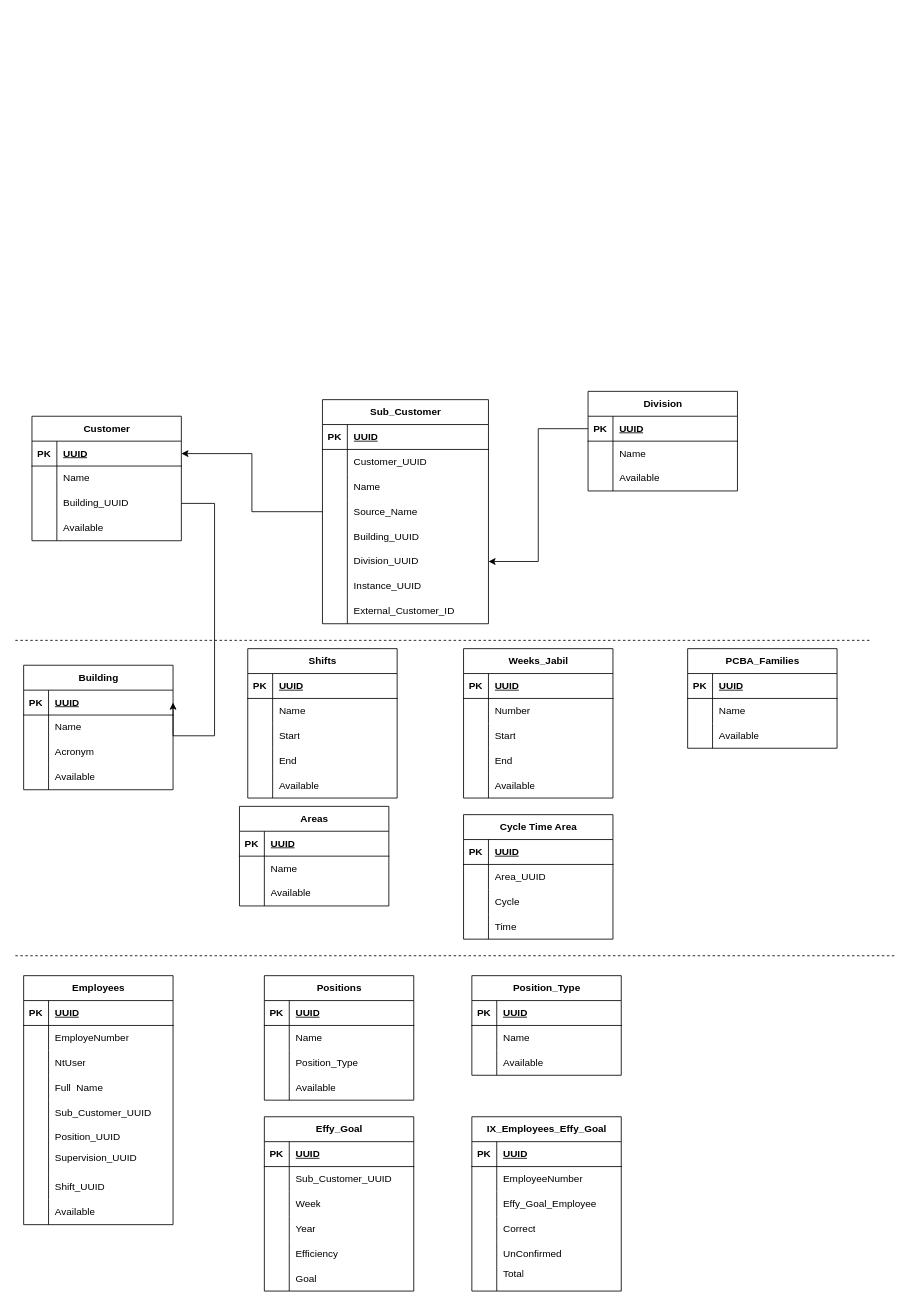
The draw.io diagram page "Modelos" (1 of 6) of Untitled Diagram.drawio in byok22/backend, before the edit. Source tidied: cells renumbered, new cells numbered last; positions are measured from the earlier drawing's top-left corner, leaving out a move shared by most shapes. Both pictures are drawn from the tidied source at 83%, with x=0, y=0 at pixel (15, 391).
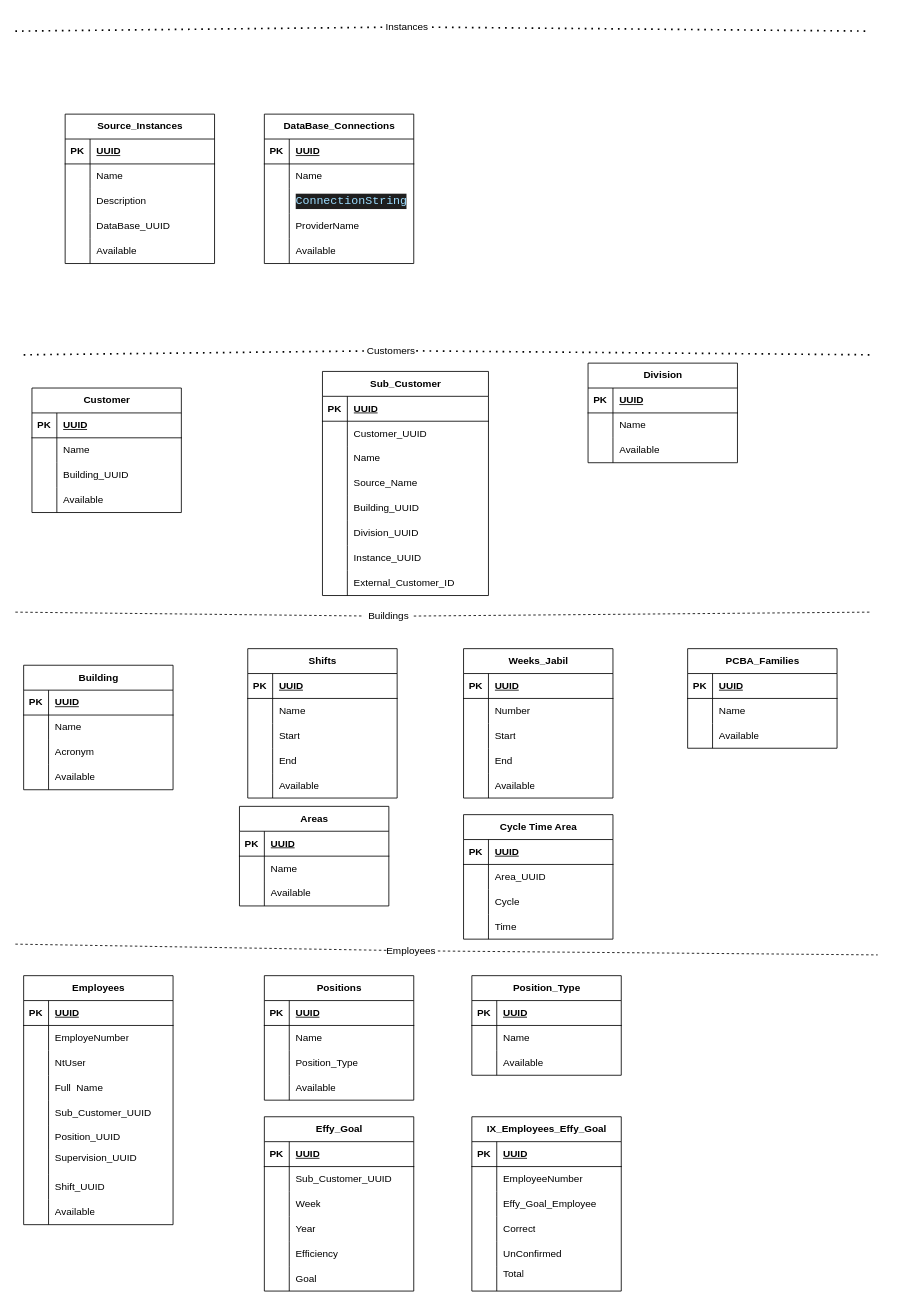
The same page after the edit.

Unchanged cells that the change refers to:
```xml
<mxCell id="4" style="shape=tableRow;horizontal=0;startSize=0;swimlaneHead=0;swimlaneBody=0;fillColor=none;points=[[0,0.5],[1,0.5]];portConstraint=eastwest;top=0;left=0;right=0;bottom=1;" parent="3" vertex="1">
  <mxGeometry y="30" width="180" height="30" as="geometry" />
</mxCell>
<mxCell id="10" style="shape=tableRow;horizontal=0;startSize=0;swimlaneHead=0;swimlaneBody=0;fillColor=none;points=[[0,0.5],[1,0.5]];portConstraint=eastwest;top=0;left=0;right=0;bottom=0;" parent="3" vertex="1">
  <mxGeometry y="90" width="180" height="30" as="geometry" />
</mxCell>
<mxCell id="33" style="shape=tableRow;horizontal=0;startSize=0;swimlaneHead=0;swimlaneBody=0;fillColor=none;points=[[0,0.5],[1,0.5]];portConstraint=eastwest;top=0;left=0;right=0;bottom=0;" parent="17" vertex="1">
  <mxGeometry y="180" width="200" height="30" as="geometry" />
</mxCell>
<mxCell id="43" style="shape=tableRow;horizontal=0;startSize=0;swimlaneHead=0;swimlaneBody=0;fillColor=none;points=[[0,0.5],[1,0.5]];portConstraint=eastwest;top=0;left=0;right=0;bottom=1;" parent="42" vertex="1">
  <mxGeometry y="30" width="180" height="30" as="geometry" />
</mxCell>
<mxCell id="73" style="shape=tableRow;horizontal=0;startSize=0;swimlaneHead=0;swimlaneBody=0;fillColor=none;points=[[0,0.5],[1,0.5]];portConstraint=eastwest;top=0;left=0;right=0;bottom=1;" parent="72" vertex="1">
  <mxGeometry y="30" width="180" height="30" as="geometry" />
</mxCell>
```

Change to the diagram source:
```diff
@@
-    <mxCell id="2" style="edgeStyle=orthogonalEdgeStyle;rounded=0;jettySize=auto;html=1;entryX=1;entryY=0.5;entryDx=0;entryDy=0;" parent="1" edge="1" source="10" target="43">
-      <mxGeometry relative="1" as="geometry">
-        <Array as="points">
-          <mxPoint x="240" y="135" />
-          <mxPoint x="240" y="415" />
-        </Array>
-      </mxGeometry>
-    </mxCell>
     <mxCell id="3" value="Customer" style="shape=table;startSize=30;childLayout=tableLayout;rowLines=0;fontStyle=1;align=center;html=1;" parent="1" vertex="1">
-      <mxGeometry x="20" y="30" width="180" height="150" as="geometry" />
+      <mxGeometry x="20" y="-4" width="180" height="150" as="geometry" />
     </mxCell>
@@
-    <mxCell id="16" style="edgeStyle=orthogonalEdgeStyle;rounded=0;jettySize=auto;html=1;" parent="1" edge="1" source="17" target="4">
-      <mxGeometry relative="1" as="geometry" />
-    </mxCell>
     <mxCell id="17" value="Sub_Customer" style="shape=table;startSize=30;childLayout=tableLayout;rowLines=0;fontStyle=1;align=center;html=1;" parent="1" vertex="1">
-      <mxGeometry x="370" y="10" width="200" height="270" as="geometry" />
+      <mxGeometry x="370" y="-24" width="200" height="270" as="geometry" />
     </mxCell>
@@
-    <mxCell id="71" style="edgeStyle=orthogonalEdgeStyle;rounded=0;jettySize=auto;html=1;entryX=1;entryY=0.5;entryDx=0;entryDy=0;exitX=0;exitY=0.5;exitDx=0;exitDy=0;" parent="1" edge="1" source="73" target="33">
-      <mxGeometry relative="1" as="geometry" />
-    </mxCell>
     <mxCell id="72" value="&lt;div&gt;Division&lt;/div&gt;" style="shape=table;startSize=30;childLayout=tableLayout;rowLines=0;fontStyle=1;align=center;html=1;" parent="1" vertex="1">
-      <mxGeometry x="690" width="180" height="120" as="geometry" />
+      <mxGeometry x="690" y="-34" width="180" height="120" as="geometry" />
     </mxCell>
@@
     <mxCell id="149" style="html=1;labelBackgroundColor=#ffffff;endArrow=none;endFill=0;jettySize=auto;orthogonalLoop=1;strokeWidth=1;dashed=1;fontSize=14;rounded=0;" parent="1" edge="1">
       <mxGeometry relative="1" as="geometry">
-        <mxPoint y="680" as="sourcePoint" />
-        <mxPoint x="1060" y="680" as="targetPoint" />
+        <mxPoint x="509" y="674.3" as="sourcePoint" />
+        <mxPoint x="1039" y="679" as="targetPoint" />
       </mxGeometry>
     </mxCell>
-    <mxCell id="150" style="html=1;labelBackgroundColor=#ffffff;endArrow=none;endFill=0;jettySize=auto;orthogonalLoop=1;strokeWidth=1;dashed=1;fontSize=14;rounded=0;" parent="1" edge="1">
+    <mxCell id="150" style="html=1;labelBackgroundColor=#ffffff;endArrow=none;endFill=0;jettySize=auto;strokeWidth=1;dashed=1;fontSize=14;rounded=0;" parent="1" edge="1" source="223">
       <mxGeometry relative="1" as="geometry">
-        <mxPoint y="300" as="sourcePoint" />
-        <mxPoint x="1030" y="300" as="targetPoint" />
+        <mxPoint x="1030" y="266" as="targetPoint" />
       </mxGeometry>
     </mxCell>
@@
+    <mxCell id="222" style="html=1;labelBackgroundColor=#ffffff;endArrow=none;endFill=0;jettySize=auto;strokeWidth=1;dashed=1;fontSize=14;rounded=0;" parent="1" edge="1" target="223">
+      <mxGeometry relative="1" as="geometry">
+        <mxPoint y="266" as="sourcePoint" />
+      </mxGeometry>
+    </mxCell>
+    <mxCell id="223" value="Buildings" style="text;html=1;align=center;verticalAlign=middle;whiteSpace=wrap;rounded=0;" parent="1" vertex="1">
+      <mxGeometry x="420" y="256" width="60" height="30" as="geometry" />
+    </mxCell>
+    <mxCell id="224" style="html=1;labelBackgroundColor=#ffffff;endArrow=none;endFill=0;jettySize=auto;strokeWidth=1;dashed=1;fontSize=14;rounded=0;" parent="1" edge="1" target="225">
+      <mxGeometry relative="1" as="geometry">
+        <mxPoint y="666" as="sourcePoint" />
+      </mxGeometry>
+    </mxCell>
+    <mxCell id="225" value="Employees" style="text;html=1;align=center;verticalAlign=middle;whiteSpace=wrap;rounded=0;" parent="1" vertex="1">
+      <mxGeometry x="447" y="659" width="60" height="30" as="geometry" />
+    </mxCell>
+    <mxCell id="226" style="endArrow=none;dashed=1;html=1;dashPattern=1 3;strokeWidth=2;rounded=0;" parent="1" edge="1" source="228">
+      <mxGeometry relative="1" as="geometry">
+        <mxPoint x="1030" y="-44" as="targetPoint" />
+      </mxGeometry>
+    </mxCell>
+    <mxCell id="227" style="endArrow=none;dashed=1;html=1;dashPattern=1 3;strokeWidth=2;rounded=0;" parent="1" edge="1" target="228">
+      <mxGeometry relative="1" as="geometry">
+        <mxPoint x="10" y="-44" as="sourcePoint" />
+      </mxGeometry>
+    </mxCell>
+    <mxCell id="228" value="Customers" style="text;html=1;align=center;verticalAlign=middle;whiteSpace=wrap;rounded=0;" parent="1" vertex="1">
+      <mxGeometry x="423" y="-64" width="60" height="30" as="geometry" />
+    </mxCell>
+    <mxCell id="229" style="endArrow=none;dashed=1;html=1;dashPattern=1 3;strokeWidth=2;rounded=0;" parent="1" edge="1" source="231">
+      <mxGeometry relative="1" as="geometry">
+        <mxPoint x="1030" y="-434" as="targetPoint" />
+      </mxGeometry>
+    </mxCell>
+    <mxCell id="230" style="endArrow=none;dashed=1;html=1;dashPattern=1 3;strokeWidth=2;rounded=0;" parent="1" edge="1" target="231">
+      <mxGeometry relative="1" as="geometry">
+        <mxPoint y="-434" as="sourcePoint" />
+      </mxGeometry>
+    </mxCell>
+    <mxCell id="231" value="Instances" style="text;html=1;align=center;verticalAlign=middle;whiteSpace=wrap;rounded=0;" parent="1" vertex="1">
+      <mxGeometry x="442" y="-454" width="60" height="30" as="geometry" />
+    </mxCell>
+    <mxCell id="232" value="Source_Instances" style="shape=table;startSize=30;childLayout=tableLayout;rowLines=0;fontStyle=1;align=center;html=1;" parent="1" vertex="1">
+      <mxGeometry x="60" y="-334" width="180" height="180" as="geometry" />
+    </mxCell>
+    <mxCell id="233" style="shape=tableRow;horizontal=0;startSize=0;swimlaneHead=0;swimlaneBody=0;fillColor=none;top=0;left=0;right=0;bottom=1;" parent="232" vertex="1">
+      <mxGeometry y="30" width="180" height="30" as="geometry" />
+    </mxCell>
+    <mxCell id="234" value="PK" style="shape=partialRectangle;fillColor=none;top=0;left=0;bottom=0;right=0;fontStyle=1;overflow=hidden;whiteSpace=wrap;html=1;" parent="233" vertex="1">
+      <mxGeometry width="30" height="30" as="geometry" />
+    </mxCell>
+    <mxCell id="235" value="UUID" style="shape=partialRectangle;fillColor=none;top=0;left=0;bottom=0;right=0;align=left;spacingLeft=6;fontStyle=5;overflow=hidden;whiteSpace=wrap;html=1;" parent="233" vertex="1">
+      <mxGeometry x="30" width="150" height="30" as="geometry" />
+    </mxCell>
+    <mxCell id="236" style="shape=tableRow;horizontal=0;startSize=0;swimlaneHead=0;swimlaneBody=0;fillColor=none;top=0;left=0;right=0;bottom=0;" parent="232" vertex="1">
+      <mxGeometry y="60" width="180" height="30" as="geometry" />
+    </mxCell>
+    <mxCell id="237" style="shape=partialRectangle;fillColor=none;top=0;left=0;bottom=0;right=0;overflow=hidden;whiteSpace=wrap;html=1;" parent="236" vertex="1">
+      <mxGeometry width="30" height="30" as="geometry" />
+    </mxCell>
+    <mxCell id="238" value="Name" style="shape=partialRectangle;fillColor=none;top=0;left=0;bottom=0;right=0;align=left;spacingLeft=6;overflow=hidden;whiteSpace=wrap;html=1;" parent="236" vertex="1">
+      <mxGeometry x="30" width="150" height="30" as="geometry" />
+    </mxCell>
+    <mxCell id="239" style="shape=tableRow;horizontal=0;startSize=0;swimlaneHead=0;swimlaneBody=0;fillColor=none;top=0;left=0;right=0;bottom=0;" parent="232" vertex="1">
+      <mxGeometry y="90" width="180" height="30" as="geometry" />
+    </mxCell>
+    <mxCell id="240" style="shape=partialRectangle;fillColor=none;top=0;left=0;bottom=0;right=0;overflow=hidden;whiteSpace=wrap;html=1;" parent="239" vertex="1">
+      <mxGeometry width="30" height="30" as="geometry" />
+    </mxCell>
+    <mxCell id="241" value="Description" style="shape=partialRectangle;fillColor=none;top=0;left=0;bottom=0;right=0;align=left;spacingLeft=6;overflow=hidden;whiteSpace=wrap;html=1;" parent="239" vertex="1">
+      <mxGeometry x="30" width="150" height="30" as="geometry" />
+    </mxCell>
+    <mxCell id="242" style="shape=tableRow;horizontal=0;startSize=0;swimlaneHead=0;swimlaneBody=0;fillColor=none;top=0;left=0;right=0;bottom=0;" parent="232" vertex="1">
+      <mxGeometry y="120" width="180" height="30" as="geometry" />
+    </mxCell>
+    <mxCell id="243" style="shape=partialRectangle;fillColor=none;top=0;left=0;bottom=0;right=0;overflow=hidden;whiteSpace=wrap;html=1;" parent="242" vertex="1">
+      <mxGeometry width="30" height="30" as="geometry" />
+    </mxCell>
+    <mxCell id="244" value="DataBase_UUID" style="shape=partialRectangle;fillColor=none;top=0;left=0;bottom=0;right=0;align=left;spacingLeft=6;overflow=hidden;whiteSpace=wrap;html=1;" parent="242" vertex="1">
+      <mxGeometry x="30" width="150" height="30" as="geometry" />
+    </mxCell>
+    <mxCell id="245" style="shape=tableRow;horizontal=0;startSize=0;swimlaneHead=0;swimlaneBody=0;fillColor=none;top=0;left=0;right=0;bottom=0;" parent="232" vertex="1">
+      <mxGeometry y="150" width="180" height="30" as="geometry" />
+    </mxCell>
+    <mxCell id="246" style="shape=partialRectangle;fillColor=none;top=0;left=0;bottom=0;right=0;overflow=hidden;whiteSpace=wrap;html=1;" parent="245" vertex="1">
+      <mxGeometry width="30" height="30" as="geometry" />
+    </mxCell>
+    <mxCell id="247" value="Available" style="shape=partialRectangle;fillColor=none;top=0;left=0;bottom=0;right=0;align=left;spacingLeft=6;overflow=hidden;whiteSpace=wrap;html=1;" parent="245" vertex="1">
+      <mxGeometry x="30" width="150" height="30" as="geometry" />
+    </mxCell>
+    <mxCell id="248" value="DataBase_Connections" style="shape=table;startSize=30;childLayout=tableLayout;rowLines=0;fontStyle=1;align=center;html=1;" parent="1" vertex="1">
+      <mxGeometry x="300" y="-334" width="180" height="180" as="geometry" />
+    </mxCell>
+    <mxCell id="249" style="shape=tableRow;horizontal=0;startSize=0;swimlaneHead=0;swimlaneBody=0;fillColor=none;top=0;left=0;right=0;bottom=1;" parent="248" vertex="1">
+      <mxGeometry y="30" width="180" height="30" as="geometry" />
+    </mxCell>
+    <mxCell id="250" value="PK" style="shape=partialRectangle;fillColor=none;top=0;left=0;bottom=0;right=0;fontStyle=1;overflow=hidden;whiteSpace=wrap;html=1;" parent="249" vertex="1">
+      <mxGeometry width="30" height="30" as="geometry" />
+    </mxCell>
+    <mxCell id="251" value="UUID" style="shape=partialRectangle;fillColor=none;top=0;left=0;bottom=0;right=0;align=left;spacingLeft=6;fontStyle=5;overflow=hidden;whiteSpace=wrap;html=1;" parent="249" vertex="1">
+      <mxGeometry x="30" width="150" height="30" as="geometry" />
+    </mxCell>
+    <mxCell id="252" style="shape=tableRow;horizontal=0;startSize=0;swimlaneHead=0;swimlaneBody=0;fillColor=none;top=0;left=0;right=0;bottom=0;" parent="248" vertex="1">
+      <mxGeometry y="60" width="180" height="30" as="geometry" />
+    </mxCell>
+    <mxCell id="253" style="shape=partialRectangle;fillColor=none;top=0;left=0;bottom=0;right=0;overflow=hidden;whiteSpace=wrap;html=1;" parent="252" vertex="1">
+      <mxGeometry width="30" height="30" as="geometry" />
+    </mxCell>
+    <mxCell id="254" value="Name" style="shape=partialRectangle;fillColor=none;top=0;left=0;bottom=0;right=0;align=left;spacingLeft=6;overflow=hidden;whiteSpace=wrap;html=1;" parent="252" vertex="1">
+      <mxGeometry x="30" width="150" height="30" as="geometry" />
+    </mxCell>
+    <mxCell id="255" style="shape=tableRow;horizontal=0;startSize=0;swimlaneHead=0;swimlaneBody=0;fillColor=none;top=0;left=0;right=0;bottom=0;" parent="248" vertex="1">
+      <mxGeometry y="90" width="180" height="30" as="geometry" />
+    </mxCell>
+    <mxCell id="256" style="shape=partialRectangle;fillColor=none;top=0;left=0;bottom=0;right=0;overflow=hidden;whiteSpace=wrap;html=1;" parent="255" vertex="1">
+      <mxGeometry width="30" height="30" as="geometry" />
+    </mxCell>
+    <mxCell id="257" value="&lt;div style=&quot;color: #cccccc;background-color: #1f1f1f;font-family: Consolas, 'Courier New', monospace;font-weight: normal;font-size: 14px;line-height: 19px;white-space: pre;&quot;&gt;&lt;div&gt;&lt;span style=&quot;color: #9cdcfe;&quot;&gt;ConnectionString&lt;/span&gt;&lt;/div&gt;&lt;/div&gt;" style="shape=partialRectangle;fillColor=none;top=0;left=0;bottom=0;right=0;align=left;spacingLeft=6;overflow=hidden;whiteSpace=wrap;html=1;" parent="255" vertex="1">
+      <mxGeometry x="30" width="150" height="30" as="geometry" />
+    </mxCell>
+    <mxCell id="258" style="shape=tableRow;horizontal=0;startSize=0;swimlaneHead=0;swimlaneBody=0;fillColor=none;top=0;left=0;right=0;bottom=0;" parent="248" vertex="1">
+      <mxGeometry y="120" width="180" height="30" as="geometry" />
+    </mxCell>
+    <mxCell id="259" style="shape=partialRectangle;fillColor=none;top=0;left=0;bottom=0;right=0;overflow=hidden;whiteSpace=wrap;html=1;" parent="258" vertex="1">
+      <mxGeometry width="30" height="30" as="geometry" />
+    </mxCell>
+    <mxCell id="260" value="ProviderName" style="shape=partialRectangle;fillColor=none;top=0;left=0;bottom=0;right=0;align=left;spacingLeft=6;overflow=hidden;whiteSpace=wrap;html=1;" parent="258" vertex="1">
+      <mxGeometry x="30" width="150" height="30" as="geometry" />
+    </mxCell>
+    <mxCell id="261" style="shape=tableRow;horizontal=0;startSize=0;swimlaneHead=0;swimlaneBody=0;fillColor=none;top=0;left=0;right=0;bottom=0;" parent="248" vertex="1">
+      <mxGeometry y="150" width="180" height="30" as="geometry" />
+    </mxCell>
+    <mxCell id="262" style="shape=partialRectangle;fillColor=none;top=0;left=0;bottom=0;right=0;overflow=hidden;whiteSpace=wrap;html=1;" parent="261" vertex="1">
+      <mxGeometry width="30" height="30" as="geometry" />
+    </mxCell>
+    <mxCell id="263" value="Available" style="shape=partialRectangle;fillColor=none;top=0;left=0;bottom=0;right=0;align=left;spacingLeft=6;overflow=hidden;whiteSpace=wrap;html=1;" parent="261" vertex="1">
+      <mxGeometry x="30" width="150" height="30" as="geometry" />
+    </mxCell>
```
